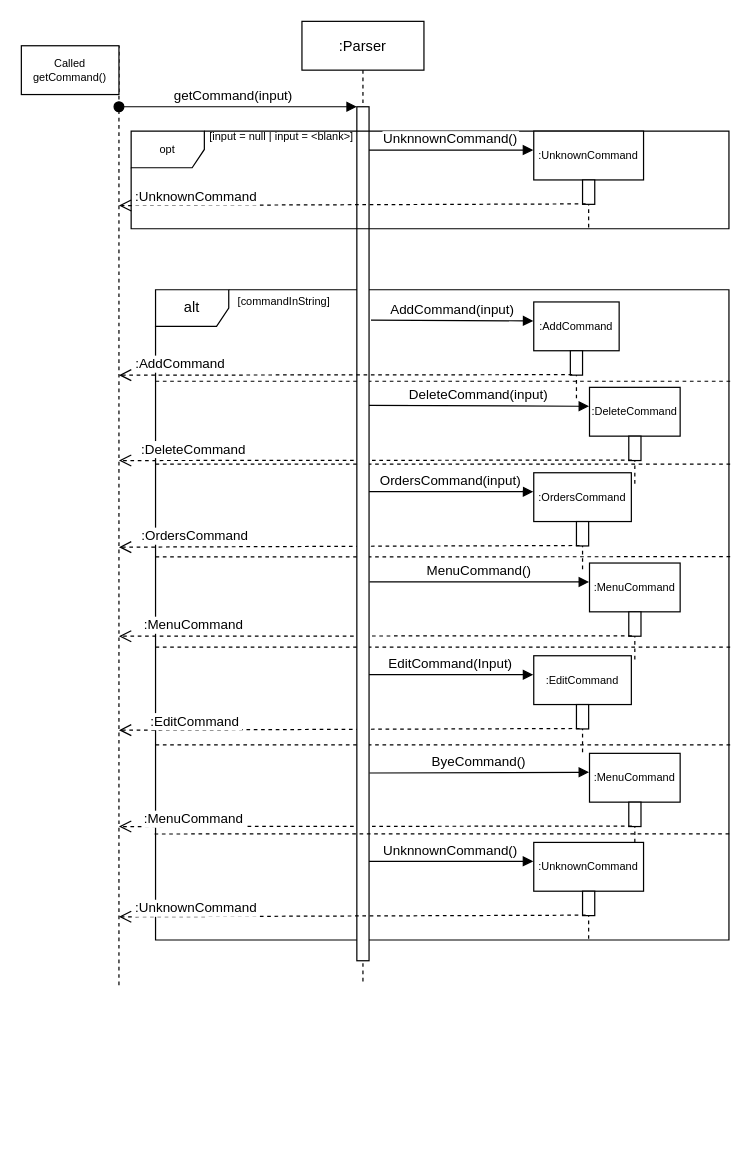
Above: UMLdiagrams/ParserDiagrams/Parser Sequence Diag.drawio in thaddyyz/tp (draw.io), before the change. Source tidied: cells renumbered, new cells numbered last; positions are measured from the earlier drawing's top-left corner, leaving out a move shared by most shapes. Both pictures are drawn from the tidied source at 122%, with x=0, y=0 at pixel (21, 21).
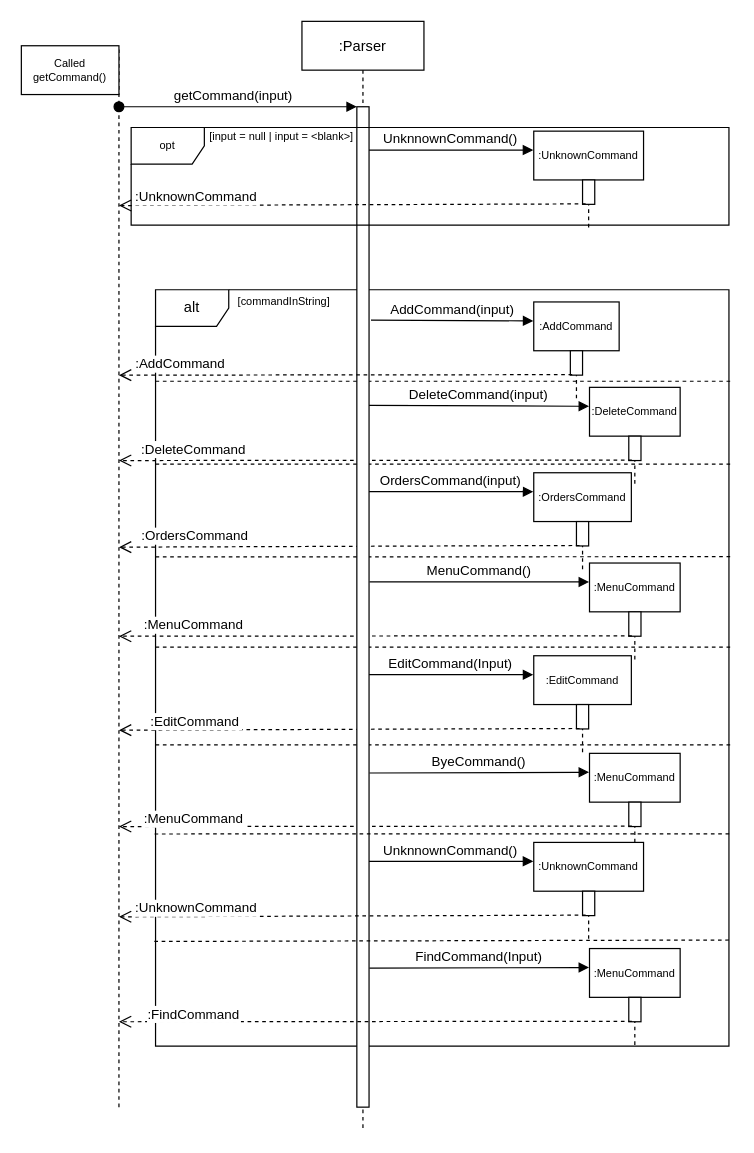
The same page after the edit.

Commit message (it also covers changes not shown here):
Edit Diagrams for Find Class

The edit, as a diff of the source:
```diff
@@
     <mxCell id="2" value="alt" style="shape=umlFrame;whiteSpace=wrap;html=1;" parent="1" vertex="1">
-      <mxGeometry x="110" y="220" width="470" height="533" as="geometry" />
+      <mxGeometry x="110" y="220" width="470" height="620" as="geometry" />
     </mxCell>
@@
     <mxCell id="6" style="endArrow=none;dashed=1;html=1;rounded=0;fontSize=9;" parent="1" edge="1">
       <mxGeometry relative="1" as="geometry">
-        <mxPoint x="80" y="790" as="sourcePoint" />
+        <mxPoint x="80" y="890" as="sourcePoint" />
         <mxPoint x="80" y="20" as="targetPoint" />
       </mxGeometry>
     </mxCell>
@@
-    <mxCell id="32" style="endArrow=none;dashed=1;html=1;rounded=0;fontSize=9;entryX=1.003;entryY=0.163;entryDx=0;entryDy=0;entryPerimeter=0;exitX=0;exitY=0.7;exitDx=0;exitDy=0;exitPerimeter=0;" parent="1" edge="1" source="2">
+    <mxCell id="32" style="endArrow=none;dashed=1;html=1;rounded=0;fontSize=9;entryX=1.003;entryY=0.163;entryDx=0;entryDy=0;entryPerimeter=0;" parent="1" edge="1">
       <mxGeometry relative="1" as="geometry">
+        <mxPoint x="110" y="593" as="sourcePoint" />
         <mxPoint x="581.6" y="593" as="targetPoint" />
       </mxGeometry>
     </mxCell>
     <mxCell id="33" value=":Parser" style="shape=umlLifeline;perimeter=lifelinePerimeter;rounded=0;shadow=0;strokeWidth=1;" parent="1" vertex="1">
-      <mxGeometry x="230" width="100" height="790" as="geometry" />
+      <mxGeometry x="230" width="100" height="910" as="geometry" />
     </mxCell>
     <mxCell id="34" style="points=[];perimeter=orthogonalPerimeter;rounded=0;shadow=0;strokeWidth=1;" parent="33" vertex="1">
-      <mxGeometry x="45" y="70" width="10" height="700" as="geometry" />
+      <mxGeometry x="45" y="70" width="10" height="820" as="geometry" />
     </mxCell>
@@
     <mxCell id="43" value="opt" style="shape=umlFrame;whiteSpace=wrap;html=1;fontSize=9;" parent="1" vertex="1">
-      <mxGeometry x="90" y="90" width="490" height="80" as="geometry" />
+      <mxGeometry x="90" y="87" width="490" height="80" as="geometry" />
     </mxCell>
@@
+    <mxCell id="49" style="endArrow=none;dashed=1;html=1;rounded=0;fontSize=9;entryX=1.003;entryY=0.163;entryDx=0;entryDy=0;entryPerimeter=0;exitX=-0.001;exitY=0.567;exitDx=0;exitDy=0;exitPerimeter=0;" parent="1" edge="1">
+      <mxGeometry relative="1" as="geometry">
+        <mxPoint x="109" y="754.2" as="sourcePoint" />
+        <mxPoint x="581" y="753" as="targetPoint" />
+      </mxGeometry>
+    </mxCell>
+    <mxCell id="50" value=":MenuCommand" style="shape=umlLifeline;perimeter=lifelinePerimeter;rounded=0;shadow=0;strokeWidth=1;fontSize=9;" parent="1" vertex="1">
+      <mxGeometry x="465.7" y="760" width="74.3" height="80" as="geometry" />
+    </mxCell>
+    <mxCell id="51" style="points=[];perimeter=orthogonalPerimeter;rounded=0;shadow=0;strokeWidth=1;" parent="50" vertex="1">
+      <mxGeometry x="32.2" y="40" width="10" height="20" as="geometry" />
+    </mxCell>
+    <mxCell id="52" value=":FindCommand" style="verticalAlign=bottom;endArrow=open;dashed=1;endSize=8;shadow=0;strokeWidth=1;exitX=0.252;exitY=0.981;exitDx=0;exitDy=0;exitPerimeter=0;" parent="1" edge="1" source="51">
+      <mxGeometry x="0.71" y="3" relative="1" as="geometry">
+        <mxPoint x="80" y="820" as="targetPoint" />
+      </mxGeometry>
+    </mxCell>
+    <mxCell id="53" value="FindCommand(Input)" style="verticalAlign=bottom;endArrow=block;shadow=0;strokeWidth=1;entryX=-0.005;entryY=0.194;entryDx=0;entryDy=0;entryPerimeter=0;exitX=1.033;exitY=0.733;exitDx=0;exitDy=0;exitPerimeter=0;" parent="1" edge="1" target="50">
+      <mxGeometry relative="1" as="geometry">
+        <mxPoint x="285.3" y="776.1" as="sourcePoint" />
+      </mxGeometry>
+    </mxCell>
```
